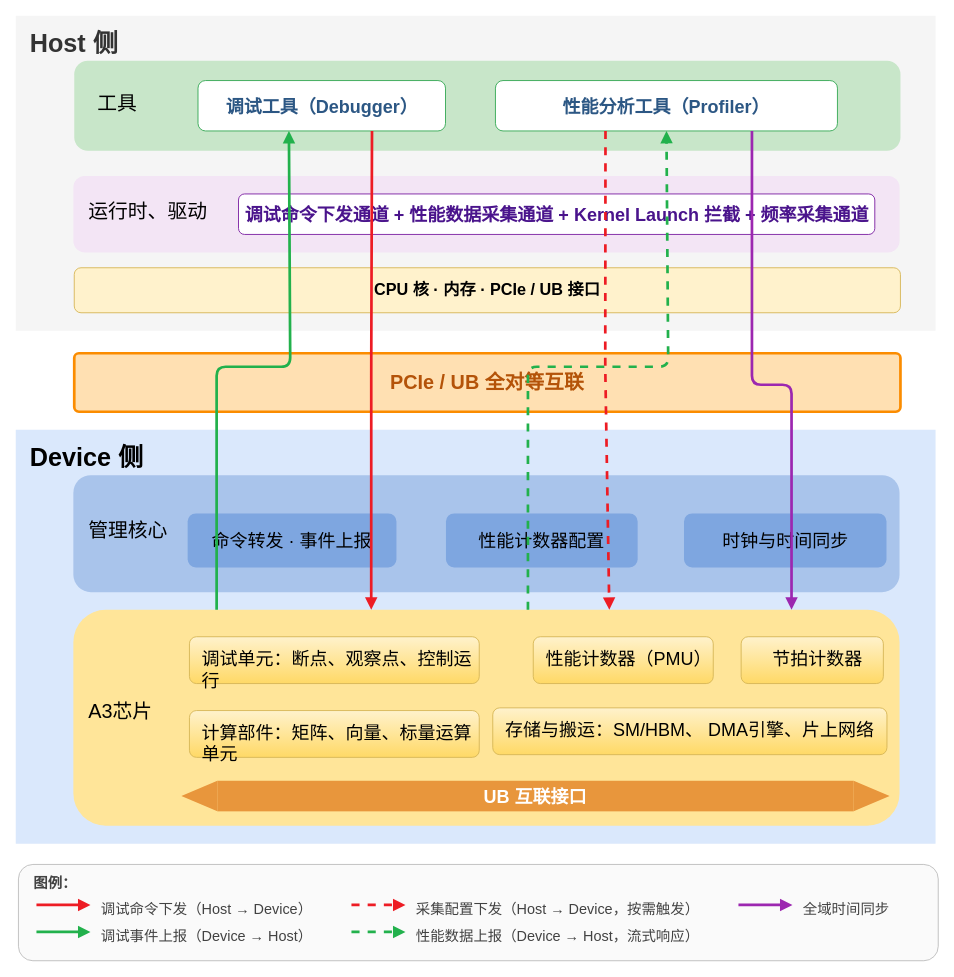
This is page "第 6 页" (6 of 7) of 超节点主机设备侧交互流程图.drawio from HanxuLiu/drawio-files, a draw.io file, before an edit. Source tidied: cells renumbered, new cells numbered last; positions are measured from the earlier drawing's top-left corner, leaving out a move shared by most shapes. Both pictures are drawn from the tidied source at 90%, with x=0, y=0 at pixel (15, 15).
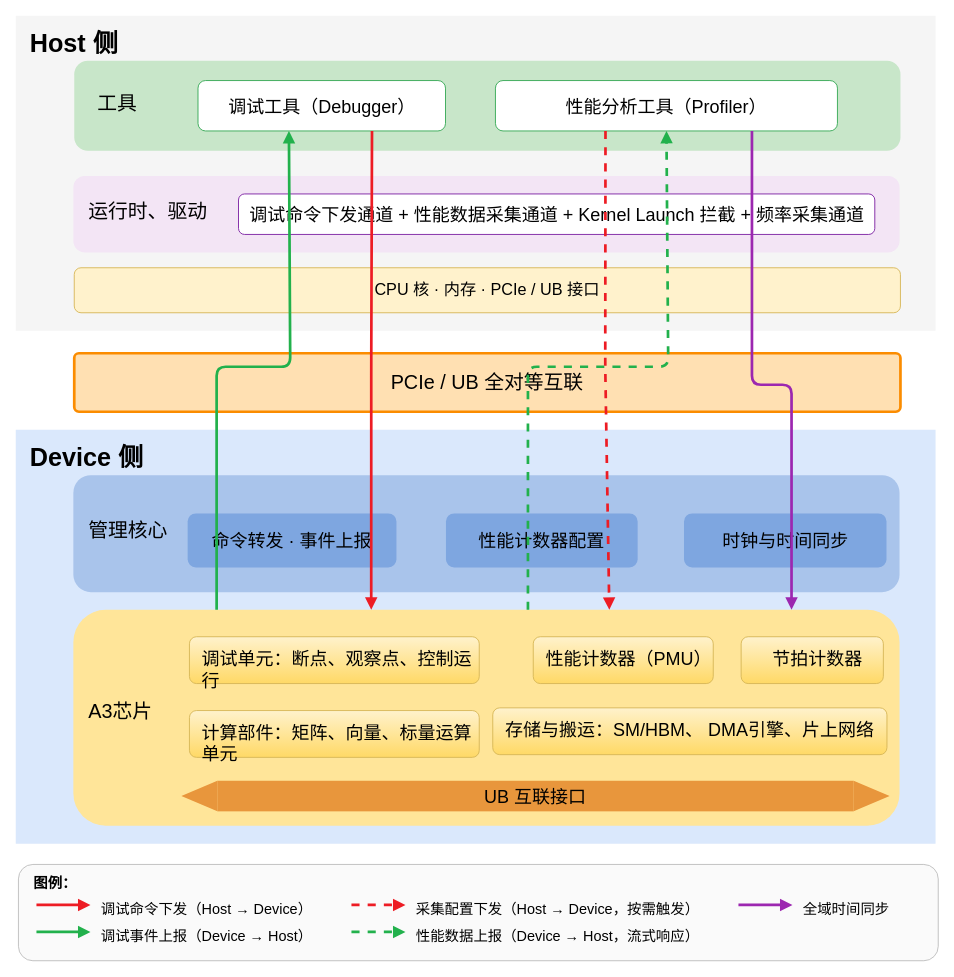
After the change.

Commit message (it also covers changes not shown here):
更新超节点主机设备侧交互流程图.drawio

Unchanged cells that the change refers to:
```xml
<mxCell id="7" style="rounded=1;whiteSpace=wrap;html=1;roundedPerimeter=1;align=center;verticalAlign=middle;fontFamily=Helvetica;fontSize=18;fontColor=#000000;fontStyle=0;fillColor=#FFE599;strokeColor=none;" parent="1" vertex="1">
  <mxGeometry x="64" y="660" width="918" height="240" as="geometry" />
</mxCell>
```

Diff of the diagram source:
```diff
@@
-    <mxCell id="2" value="&lt;font style=&quot;font-size: 28px;&quot;&gt;Device 侧&lt;/font&gt;" style="rounded=0;whiteSpace=wrap;html=1;fillColor=#dae8fc;strokeColor=none;fontSize=15;fontStyle=1;verticalAlign=top;align=left;spacingLeft=14;spacingTop=8;strokeWidth=2;" parent="1" vertex="1">
+    <mxCell id="2" value="&lt;font style=&quot;font-size: 28px;&quot;&gt;Device 侧&lt;/font&gt;" style="rounded=0;whiteSpace=wrap;html=1;fillColor=#dae8fc;strokeColor=none;fontSize=15;fontStyle=1;verticalAlign=top;align=left;spacingLeft=14;spacingTop=8;strokeWidth=2;fontColor=#000000;" parent="1" vertex="1">
       <mxGeometry y="460" width="1022" height="460" as="geometry" />
     </mxCell>
-    <mxCell id="3" value="&lt;font style=&quot;font-size: 28px;&quot;&gt;Host 侧&lt;/font&gt;" style="rounded=0;whiteSpace=wrap;html=1;fillColor=#f5f5f5;strokeColor=none;fontSize=15;fontStyle=1;verticalAlign=top;align=left;spacingLeft=14;spacingTop=8;strokeWidth=2;fontFamily=Helvetica;fontColor=#333333;" parent="1" vertex="1">
+    <mxCell id="3" value="&lt;font style=&quot;font-size: 28px;&quot;&gt;Host 侧&lt;/font&gt;" style="rounded=0;whiteSpace=wrap;html=1;fillColor=#f5f5f5;strokeColor=none;fontSize=15;fontStyle=1;verticalAlign=top;align=left;spacingLeft=14;spacingTop=8;strokeWidth=2;fontFamily=Helvetica;fontColor=#000000;" parent="1" vertex="1">
       <mxGeometry width="1022" height="350" as="geometry" />
     </mxCell>
-    <mxCell id="4" style="rounded=1;whiteSpace=wrap;html=1;fillColor=#C8E6C9;strokeColor=none;roundedPerimeter=1;" parent="1" vertex="1">
+    <mxCell id="4" style="rounded=1;whiteSpace=wrap;html=1;fillColor=#C8E6C9;strokeColor=none;roundedPerimeter=1;fontColor=#000000;" parent="1" vertex="1">
       <mxGeometry x="65" y="50" width="918" height="100" as="geometry" />
     </mxCell>
-    <mxCell id="5" value="&lt;span style=&quot;color: rgb(44, 87, 132); text-align: left;&quot;&gt;调试工具（Debugger）&lt;/span&gt;" style="rounded=1;whiteSpace=wrap;html=1;fillColor=#FFFFFF;strokeColor=#34A853;fontSize=20;fontColor=#1E6B33;fontStyle=1;roundedPerimeter=1;" parent="1" vertex="1">
+    <mxCell id="5" value="&lt;span style=&quot;text-align: left;&quot;&gt;调试工具（Debugger）&lt;/span&gt;" style="rounded=1;whiteSpace=wrap;html=1;fillColor=#FFFFFF;strokeColor=#34A853;fontSize=20;fontColor=#000000;fontStyle=0;roundedPerimeter=1;" parent="1" vertex="1">
       <mxGeometry x="202.5" y="72" width="275" height="56" as="geometry" />
     </mxCell>
-    <mxCell id="6" value="&lt;span style=&quot;color: rgb(44, 87, 132); text-align: left;&quot;&gt;性能分析工具（Profiler）&lt;/span&gt;" style="rounded=1;whiteSpace=wrap;html=1;fillColor=#FFFFFF;strokeColor=#34A853;fontSize=20;fontColor=#1E6B33;fontStyle=1;roundedPerimeter=1;" parent="1" vertex="1">
+    <mxCell id="6" value="&lt;span style=&quot;text-align: left;&quot;&gt;性能分析工具（Profiler）&lt;/span&gt;" style="rounded=1;whiteSpace=wrap;html=1;fillColor=#FFFFFF;strokeColor=#34A853;fontSize=20;fontColor=#000000;fontStyle=0;roundedPerimeter=1;" parent="1" vertex="1">
       <mxGeometry x="533" y="72" width="380" height="56" as="geometry" />
     </mxCell>
@@
-    <mxCell id="8" style="rounded=1;whiteSpace=wrap;html=1;fillColor=#F3E5F5;strokeColor=none;fontSize=18;roundedPerimeter=1;" parent="1" vertex="1">
+    <mxCell id="8" style="rounded=1;whiteSpace=wrap;html=1;fillColor=#F3E5F5;strokeColor=none;fontSize=18;roundedPerimeter=1;fontColor=#000000;" parent="1" vertex="1">
       <mxGeometry x="64" y="178" width="918" height="85" as="geometry" />
     </mxCell>
-    <mxCell id="9" value="调试命令下发通道 + 性能数据采集通道 + Kernel Launch 拦截 + 频率采集通道" style="rounded=1;whiteSpace=wrap;html=1;fillColor=#FFFFFF;strokeColor=#7B1FA2;fontSize=20;fontColor=#4A148C;fontStyle=1;roundedPerimeter=1;" parent="1" vertex="1">
+    <mxCell id="9" value="调试命令下发通道 + 性能数据采集通道 + Kernel Launch 拦截 + 频率采集通道" style="rounded=1;whiteSpace=wrap;html=1;fillColor=#FFFFFF;strokeColor=#7B1FA2;fontSize=20;fontColor=#000000;fontStyle=0;roundedPerimeter=1;" parent="1" vertex="1">
       <mxGeometry x="247.5" y="198" width="707" height="45" as="geometry" />
     </mxCell>
-    <mxCell id="10" value="CPU 核 · 内存 · PCIe / UB 接口" style="rounded=1;whiteSpace=wrap;html=1;fillColor=#fff2cc;strokeColor=#d6b656;fontSize=18;fontStyle=1;roundedPerimeter=1;" parent="1" vertex="1">
+    <mxCell id="10" value="CPU 核 · 内存 · PCIe / UB 接口" style="rounded=1;whiteSpace=wrap;html=1;fillColor=#fff2cc;strokeColor=#d6b656;fontSize=18;fontStyle=0;roundedPerimeter=1;fontColor=#000000;" parent="1" vertex="1">
       <mxGeometry x="65" y="280" width="918" height="50" as="geometry" />
     </mxCell>
-    <mxCell id="11" value="PCIe / UB 全对等互联" style="rounded=1;arcSize=8;whiteSpace=wrap;html=1;fillColor=#FFE0B2;strokeColor=#FB8C00;strokeWidth=3;fontSize=22;fontColor=#B45309;fontStyle=1;roundedPerimeter=1;" parent="1" vertex="1">
+    <mxCell id="11" value="PCIe / UB 全对等互联" style="rounded=1;arcSize=8;whiteSpace=wrap;html=1;fillColor=#FFE0B2;strokeColor=#FB8C00;strokeWidth=3;fontSize=22;fontColor=#000000;fontStyle=0;roundedPerimeter=1;" parent="1" vertex="1">
       <mxGeometry x="65" y="375" width="918" height="65" as="geometry" />
     </mxCell>
@@
-    <mxCell id="17" value="调试单元：断点、观察点、控制运行" style="rounded=1;whiteSpace=wrap;html=1;fillColor=#fff2cc;strokeColor=#d6b656;fontSize=20;fontStyle=0;verticalAlign=top;align=left;spacingTop=6;spacingLeft=12;fontFamily=Helvetica;gradientColor=#ffd966;roundedPerimeter=1;" parent="1" vertex="1">
+    <mxCell id="17" value="调试单元：断点、观察点、控制运行" style="rounded=1;whiteSpace=wrap;html=1;fillColor=#fff2cc;strokeColor=#d6b656;fontSize=20;fontStyle=0;verticalAlign=top;align=left;spacingTop=6;spacingLeft=12;fontFamily=Helvetica;gradientColor=#ffd966;roundedPerimeter=1;fontColor=#000000;" parent="1" vertex="1">
       <mxGeometry x="193" y="690" width="322" height="52" as="geometry" />
     </mxCell>
-    <mxCell id="18" value="性能计数器（PMU）" style="rounded=1;whiteSpace=wrap;html=1;fillColor=#fff2cc;strokeColor=#d6b656;fontSize=20;fontStyle=0;align=left;verticalAlign=top;spacingLeft=12;spacingTop=6;fontFamily=Helvetica;gradientColor=#ffd966;roundedPerimeter=1;" parent="1" vertex="1">
+    <mxCell id="18" value="性能计数器（PMU）" style="rounded=1;whiteSpace=wrap;html=1;fillColor=#fff2cc;strokeColor=#d6b656;fontSize=20;fontStyle=0;align=left;verticalAlign=top;spacingLeft=12;spacingTop=6;fontFamily=Helvetica;gradientColor=#ffd966;roundedPerimeter=1;fontColor=#000000;" parent="1" vertex="1">
       <mxGeometry x="575" y="690" width="200" height="52" as="geometry" />
     </mxCell>
-    <mxCell id="19" value="节拍计数器" style="rounded=1;whiteSpace=wrap;html=1;fillColor=#fff2cc;strokeColor=#d6b656;fontSize=20;fontStyle=0;align=center;verticalAlign=top;spacingLeft=12;spacingTop=6;fontFamily=Helvetica;gradientColor=#ffd966;roundedPerimeter=1;" parent="1" vertex="1">
+    <mxCell id="19" value="节拍计数器" style="rounded=1;whiteSpace=wrap;html=1;fillColor=#fff2cc;strokeColor=#d6b656;fontSize=20;fontStyle=0;align=center;verticalAlign=top;spacingLeft=12;spacingTop=6;fontFamily=Helvetica;gradientColor=#ffd966;roundedPerimeter=1;fontColor=#000000;" parent="1" vertex="1">
       <mxGeometry x="806" y="690" width="158" height="52" as="geometry" />
     </mxCell>
-    <mxCell id="20" value="计算部件：矩阵、向量、标量运算单元" style="rounded=1;whiteSpace=wrap;html=1;fillColor=#fff2cc;strokeColor=#d6b656;fontSize=20;fontStyle=0;verticalAlign=top;align=left;spacingLeft=12;spacingTop=6;gradientColor=#ffd966;roundedPerimeter=1;" parent="1" vertex="1">
+    <mxCell id="20" value="计算部件：矩阵、向量、标量运算单元" style="rounded=1;whiteSpace=wrap;html=1;fillColor=#fff2cc;strokeColor=#d6b656;fontSize=20;fontStyle=0;verticalAlign=top;align=left;spacingLeft=12;spacingTop=6;gradientColor=#ffd966;roundedPerimeter=1;fontColor=#000000;" parent="1" vertex="1">
       <mxGeometry x="193" y="772" width="322" height="52" as="geometry" />
     </mxCell>
-    <mxCell id="21" value="&lt;font&gt;存储与搬运：SM/HBM、 DMA引擎、片上网络&lt;/font&gt;" style="rounded=1;whiteSpace=wrap;html=1;fillColor=#fff2cc;strokeColor=#d6b656;fontSize=20;fontStyle=0;verticalAlign=top;align=left;spacingLeft=12;spacingTop=6;gradientColor=#ffd966;roundedPerimeter=1;" parent="1" vertex="1">
+    <mxCell id="21" value="&lt;font&gt;存储与搬运：SM/HBM、 DMA引擎、片上网络&lt;/font&gt;" style="rounded=1;whiteSpace=wrap;html=1;fillColor=#fff2cc;strokeColor=#d6b656;fontSize=20;fontStyle=0;verticalAlign=top;align=left;spacingLeft=12;spacingTop=6;gradientColor=#ffd966;roundedPerimeter=1;fontColor=#000000;" parent="1" vertex="1">
       <mxGeometry x="530" y="769" width="438" height="52" as="geometry" />
     </mxCell>
-    <mxCell id="22" style="edgeStyle=none;html=1;strokeColor=#ED1C24;strokeWidth=3;endArrow=block;endFill=1;entryX=0.365;entryY=0.016;entryDx=0;entryDy=0;exitX=0.699;exitY=0.99;exitDx=0;exitDy=0;fontSize=20;" parent="1" edge="1" source="5" target="7">
+    <mxCell id="22" style="edgeStyle=none;html=1;strokeColor=#ED1C24;strokeWidth=3;endArrow=block;endFill=1;entryX=0.365;entryY=0.016;entryDx=0;entryDy=0;exitX=0.699;exitY=0.99;exitDx=0;exitDy=0;fontSize=20;fontColor=#000000;" parent="1" edge="1" source="5" target="7">
       <mxGeometry x="-0.12" relative="1" as="geometry">
         <Array as="points">
           <mxPoint x="395" y="390" />
         </Array>
       </mxGeometry>
     </mxCell>
-    <mxCell id="23" style="edgeStyle=none;html=1;strokeColor=#22B14C;strokeWidth=3;endArrow=block;endFill=1;exitX=0.178;exitY=0.007;exitDx=0;exitDy=0;entryX=0.37;entryY=0.99;entryDx=0;entryDy=0;fontSize=20;" parent="1" edge="1" source="7" target="5">
+    <mxCell id="23" style="edgeStyle=none;html=1;strokeColor=#22B14C;strokeWidth=3;endArrow=block;endFill=1;exitX=0.178;exitY=0.007;exitDx=0;exitDy=0;entryX=0.37;entryY=0.99;entryDx=0;entryDy=0;fontSize=20;fontColor=#000000;" parent="1" edge="1" source="7" target="5">
       <mxGeometry x="0.12" relative="1" as="geometry">
         <Array as="points">
           <mxPoint x="223.2" y="390" />
           <mxPoint x="305" y="390" />
         </Array>
       </mxGeometry>
     </mxCell>
-    <mxCell id="24" style="edgeStyle=none;html=1;strokeColor=#9C27B0;strokeWidth=3;endArrow=block;endFill=1;exitX=0.75;exitY=1;exitDx=0;exitDy=0;entryX=0.87;entryY=-0.001;entryDx=0;entryDy=0;fontSize=20;" parent="1" edge="1" source="6" target="7">
+    <mxCell id="24" style="edgeStyle=none;html=1;strokeColor=#9C27B0;strokeWidth=3;endArrow=block;endFill=1;exitX=0.75;exitY=1;exitDx=0;exitDy=0;entryX=0.87;entryY=-0.001;entryDx=0;entryDy=0;fontSize=20;fontColor=#000000;" parent="1" edge="1" source="6" target="7">
       <mxGeometry x="0.03" relative="1" as="geometry">
         <Array as="points">
           <mxPoint x="818" y="410" />
           <mxPoint x="862" y="410" />
         </Array>
       </mxGeometry>
     </mxCell>
-    <mxCell id="25" style="rounded=1;whiteSpace=wrap;html=1;fillColor=#FAFAFA;strokeColor=#BDBDBD;roundedPerimeter=1;fontSize=16;" parent="1" vertex="1">
+    <mxCell id="25" style="rounded=1;whiteSpace=wrap;html=1;fillColor=#FAFAFA;strokeColor=#BDBDBD;roundedPerimeter=1;fontSize=16;fontColor=#000000;" parent="1" vertex="1">
       <mxGeometry x="3" y="943" width="1022" height="107" as="geometry" />
     </mxCell>
-    <mxCell id="26" value="图例：" style="text;html=1;fontSize=16;fontStyle=1;fontColor=#424242;align=left;rounded=1;roundedPerimeter=1;" parent="1" vertex="1">
+    <mxCell id="26" value="图例：" style="text;html=1;fontSize=16;fontStyle=1;fontColor=#000000;align=left;rounded=1;roundedPerimeter=1;" parent="1" vertex="1">
       <mxGeometry x="18" y="948" width="300" height="24" as="geometry" />
     </mxCell>
-    <mxCell id="27" style="endArrow=block;html=1;strokeColor=#ED1C24;strokeWidth=3;endFill=1;fontSize=16;" parent="1" edge="1">
+    <mxCell id="27" style="endArrow=block;html=1;strokeColor=#ED1C24;strokeWidth=3;endFill=1;fontSize=16;fontColor=#000000;" parent="1" edge="1">
       <mxGeometry relative="1" as="geometry">
         <mxPoint x="23" y="988" as="sourcePoint" />
         <mxPoint x="83" y="988" as="targetPoint" />
       </mxGeometry>
     </mxCell>
-    <mxCell id="28" value="调试命令下发（Host → Device）" style="text;html=1;fontSize=16;fontColor=#424242;align=left;rounded=1;roundedPerimeter=1;" parent="1" vertex="1">
+    <mxCell id="28" value="调试命令下发（Host → Device）" style="text;html=1;fontSize=16;fontColor=#000000;align=left;rounded=1;roundedPerimeter=1;" parent="1" vertex="1">
       <mxGeometry x="93" y="976" width="260" height="24" as="geometry" />
     </mxCell>
-    <mxCell id="29" style="endArrow=block;html=1;strokeColor=#22B14C;strokeWidth=3;endFill=1;fontSize=16;" parent="1" edge="1">
+    <mxCell id="29" style="endArrow=block;html=1;strokeColor=#22B14C;strokeWidth=3;endFill=1;fontSize=16;fontColor=#000000;" parent="1" edge="1">
       <mxGeometry relative="1" as="geometry">
         <mxPoint x="23" y="1018" as="sourcePoint" />
         <mxPoint x="83" y="1018" as="targetPoint" />
       </mxGeometry>
     </mxCell>
-    <mxCell id="30" value="调试事件上报（Device → Host）" style="text;html=1;fontSize=16;fontColor=#424242;align=left;rounded=1;roundedPerimeter=1;" parent="1" vertex="1">
+    <mxCell id="30" value="调试事件上报（Device → Host）" style="text;html=1;fontSize=16;fontColor=#000000;align=left;rounded=1;roundedPerimeter=1;" parent="1" vertex="1">
       <mxGeometry x="93" y="1006" width="260" height="24" as="geometry" />
     </mxCell>
-    <mxCell id="31" style="endArrow=block;html=1;strokeColor=#ED1C24;strokeWidth=3;dashed=1;endFill=1;fontSize=16;" parent="1" edge="1">
+    <mxCell id="31" style="endArrow=block;html=1;strokeColor=#ED1C24;strokeWidth=3;dashed=1;endFill=1;fontSize=16;fontColor=#000000;" parent="1" edge="1">
       <mxGeometry relative="1" as="geometry">
         <mxPoint x="373" y="988" as="sourcePoint" />
         <mxPoint x="433" y="988" as="targetPoint" />
       </mxGeometry>
     </mxCell>
-    <mxCell id="32" value="采集配置下发（Host → Device，按需触发）" style="text;html=1;fontSize=16;fontColor=#424242;align=left;rounded=1;roundedPerimeter=1;" parent="1" vertex="1">
+    <mxCell id="32" value="采集配置下发（Host → Device，按需触发）" style="text;html=1;fontSize=16;fontColor=#000000;align=left;rounded=1;roundedPerimeter=1;" parent="1" vertex="1">
       <mxGeometry x="443" y="976" width="330" height="24" as="geometry" />
     </mxCell>
-    <mxCell id="33" style="endArrow=block;html=1;strokeColor=#22B14C;strokeWidth=3;dashed=1;endFill=1;fontSize=16;" parent="1" edge="1">
+    <mxCell id="33" style="endArrow=block;html=1;strokeColor=#22B14C;strokeWidth=3;dashed=1;endFill=1;fontSize=16;fontColor=#000000;" parent="1" edge="1">
       <mxGeometry relative="1" as="geometry">
         <mxPoint x="373" y="1018" as="sourcePoint" />
         <mxPoint x="433" y="1018" as="targetPoint" />
       </mxGeometry>
     </mxCell>
-    <mxCell id="34" value="性能数据上报（Device → Host，流式响应）" style="text;html=1;fontSize=16;fontColor=#424242;align=left;rounded=1;roundedPerimeter=1;" parent="1" vertex="1">
+    <mxCell id="34" value="性能数据上报（Device → Host，流式响应）" style="text;html=1;fontSize=16;fontColor=#000000;align=left;rounded=1;roundedPerimeter=1;" parent="1" vertex="1">
       <mxGeometry x="443" y="1006" width="330" height="24" as="geometry" />
     </mxCell>
-    <mxCell id="35" style="endArrow=block;html=1;strokeColor=#9C27B0;strokeWidth=3;endFill=1;fontSize=16;" parent="1" edge="1">
+    <mxCell id="35" style="endArrow=block;html=1;strokeColor=#9C27B0;strokeWidth=3;endFill=1;fontSize=16;fontColor=#000000;" parent="1" edge="1">
       <mxGeometry relative="1" as="geometry">
         <mxPoint x="803" y="988" as="sourcePoint" />
         <mxPoint x="863" y="988" as="targetPoint" />
       </mxGeometry>
     </mxCell>
-    <mxCell id="36" value="全域时间同步" style="text;html=1;fontSize=16;fontColor=#424242;align=left;rounded=1;roundedPerimeter=1;" parent="1" vertex="1">
+    <mxCell id="36" value="全域时间同步" style="text;html=1;fontSize=16;fontColor=#000000;align=left;rounded=1;roundedPerimeter=1;" parent="1" vertex="1">
       <mxGeometry x="873" y="976" width="132" height="24" as="geometry" />
     </mxCell>
-    <mxCell id="37" style="group;fontFamily=Helvetica;fontSize=20;fontColor=#000000;fontStyle=0;align=left;verticalAlign=top;spacingLeft=12;spacingTop=6;rounded=0;" parent="1" vertex="1">
+    <mxCell id="37" style="group;fontFamily=Helvetica;fontSize=20;fontColor=#000000;fontStyle=1;align=left;verticalAlign=top;spacingLeft=12;spacingTop=6;rounded=0;" parent="1" vertex="1">
       <mxGeometry x="184" y="850" width="787" height="34" as="geometry" />
     </mxCell>
-    <mxCell id="38" style="group;rounded=0;" parent="37" vertex="1">
+    <mxCell id="38" style="group;rounded=0;fontColor=#000000;" parent="37" vertex="1">
       <mxGeometry width="670" height="34" as="geometry" />
     </mxCell>
-    <mxCell id="39" style="shape=triangle;direction=west;fillColor=#E8963C;strokeColor=none;html=1;fontSize=16;rounded=0;" parent="38" vertex="1">
+    <mxCell id="39" style="shape=triangle;direction=west;fillColor=#E8963C;strokeColor=none;html=1;fontSize=16;rounded=0;fontColor=#000000;" parent="38" vertex="1">
       <mxGeometry width="40" height="34" as="geometry" />
     </mxCell>
-    <mxCell id="40" style="shape=triangle;direction=east;fillColor=#E8963C;strokeColor=none;html=1;fontSize=20;rounded=0;" parent="37" vertex="1">
+    <mxCell id="40" style="shape=triangle;direction=east;fillColor=#E8963C;strokeColor=none;html=1;fontSize=20;rounded=0;fontColor=#000000;" parent="37" vertex="1">
       <mxGeometry x="747" width="40" height="34" as="geometry" />
     </mxCell>
-    <mxCell id="41" value="&lt;b&gt;&lt;font&gt;UB 互联接口&lt;/font&gt;&lt;/b&gt;" style="rounded=0;whiteSpace=wrap;html=1;fillColor=#E8963C;strokeColor=none;fontColor=#ffffff;fontSize=20;align=center;verticalAlign=middle;" parent="37" vertex="1">
+    <mxCell id="41" value="&lt;font style=&quot;&quot;&gt;UB 互联接口&lt;/font&gt;" style="rounded=0;whiteSpace=wrap;html=1;fillColor=#E8963C;strokeColor=none;fontColor=#000000;fontSize=20;align=center;verticalAlign=middle;" parent="37" vertex="1">
       <mxGeometry x="40" width="707" height="34" as="geometry" />
     </mxCell>
@@
-    <mxCell id="44" style="edgeStyle=none;html=1;strokeColor=#ED1C24;strokeWidth=3;dashed=1;endArrow=block;endFill=1;entryX=0.649;entryY=-0.001;entryDx=0;entryDy=0;exitX=0.351;exitY=0.918;exitDx=0;exitDy=0;fontSize=20;" parent="1" edge="1" source="6" target="7">
+    <mxCell id="44" style="edgeStyle=none;html=1;strokeColor=#ED1C24;strokeWidth=3;dashed=1;endArrow=block;endFill=1;entryX=0.649;entryY=-0.001;entryDx=0;entryDy=0;exitX=0.351;exitY=0.918;exitDx=0;exitDy=0;fontSize=20;fontColor=#000000;" parent="1" edge="1" source="6" target="7">
       <mxGeometry x="-0.15" relative="1" as="geometry">
         <Array as="points">
           <mxPoint x="655" y="390" />
         </Array>
       </mxGeometry>
     </mxCell>
-    <mxCell id="45" style="edgeStyle=none;html=1;strokeColor=#22B14C;strokeWidth=3;dashed=1;endArrow=block;endFill=1;entryX=0.5;entryY=1;entryDx=0;entryDy=0;exitX=0.546;exitY=0.042;exitDx=0;exitDy=0;fontSize=20;" parent="1" edge="1" source="7" target="6">
+    <mxCell id="45" style="edgeStyle=none;html=1;strokeColor=#22B14C;strokeWidth=3;dashed=1;endArrow=block;endFill=1;entryX=0.5;entryY=1;entryDx=0;entryDy=0;exitX=0.546;exitY=0.042;exitDx=0;exitDy=0;fontSize=20;fontColor=#000000;" parent="1" edge="1" source="7" target="6">
       <mxGeometry x="0.07" relative="1" as="geometry">
         <Array as="points">
           <mxPoint x="569.1" y="390" />
           <mxPoint x="725" y="390" />
         </Array>
       </mxGeometry>
     </mxCell>
```
